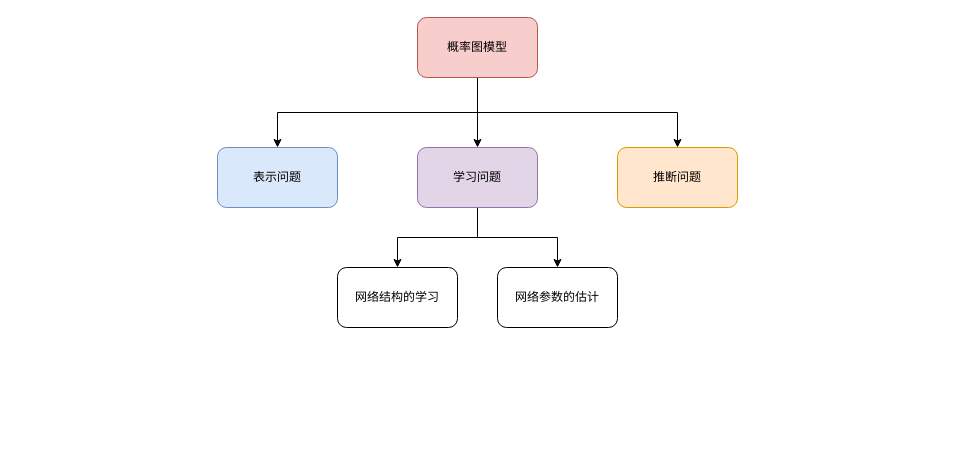
ZiqingYip/moment keeps this draw.io diagram as pgm.drawio. Above is the earlier version. Source tidied: cells renumbered, new cells numbered last; positions are measured from the earlier drawing's top-left corner, leaving out a move shared by most shapes. Both pictures are drawn from the tidied source at 100%, with x=0, y=0 at pixel (217, 17).
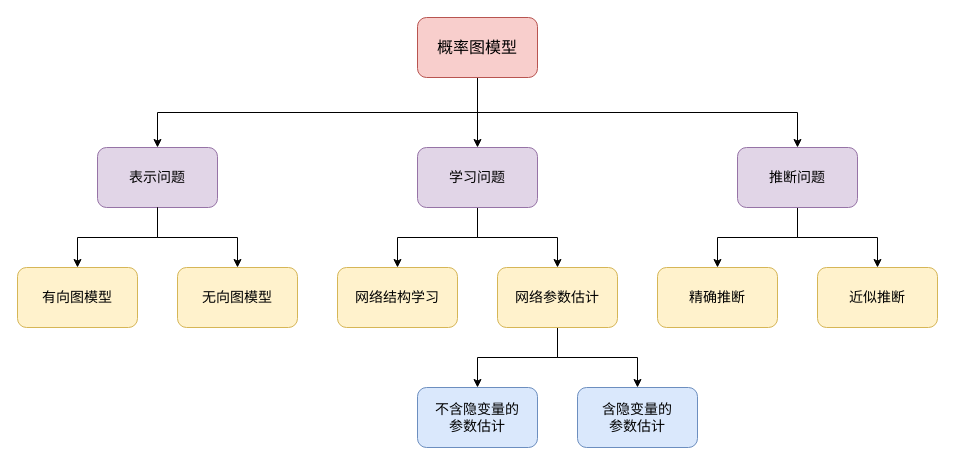
After the change.

What changed in the source:
```diff
@@
-    <mxCell id="2" value="表示问题" style="rounded=1;whiteSpace=wrap;html=1;fillColor=#dae8fc;strokeColor=#6c8ebf;" parent="1" vertex="1">
-      <mxGeometry y="130" width="120" height="60" as="geometry" />
+    <mxCell id="2" value="表示问题" style="rounded=1;whiteSpace=wrap;html=1;fillColor=#e1d5e7;strokeColor=#9673a6;fontSize=14;" parent="1" vertex="1">
+      <mxGeometry x="-120" y="130" width="120" height="60" as="geometry" />
     </mxCell>
-    <mxCell id="3" style="edgeStyle=orthogonalEdgeStyle;rounded=0;jettySize=auto;html=1;exitX=0.5;exitY=1;exitDx=0;exitDy=0;entryX=0.5;entryY=0;entryDx=0;entryDy=0;" parent="1" edge="1" source="5" target="7">
+    <mxCell id="3" style="edgeStyle=orthogonalEdgeStyle;rounded=0;jettySize=auto;html=1;exitX=0.5;exitY=1;exitDx=0;exitDy=0;entryX=0.5;entryY=0;entryDx=0;entryDy=0;fontSize=14;" parent="1" edge="1" source="5" target="7">
       <mxGeometry relative="1" as="geometry" />
     </mxCell>
-    <mxCell id="4" style="edgeStyle=orthogonalEdgeStyle;rounded=0;jettySize=auto;html=1;exitX=0.5;exitY=1;exitDx=0;exitDy=0;entryX=0.5;entryY=0;entryDx=0;entryDy=0;" parent="1" edge="1" source="5" target="8">
+    <mxCell id="4" style="edgeStyle=orthogonalEdgeStyle;rounded=0;jettySize=auto;html=1;exitX=0.5;exitY=1;exitDx=0;exitDy=0;entryX=0.5;entryY=0;entryDx=0;entryDy=0;fontSize=14;" parent="1" edge="1" source="5" target="8">
       <mxGeometry relative="1" as="geometry" />
     </mxCell>
-    <mxCell id="5" value="学习问题" style="rounded=1;whiteSpace=wrap;html=1;fillColor=#e1d5e7;strokeColor=#9673a6;" parent="1" vertex="1">
+    <mxCell id="5" value="学习问题" style="rounded=1;whiteSpace=wrap;html=1;fillColor=#e1d5e7;strokeColor=#9673a6;fontSize=14;" parent="1" vertex="1">
       <mxGeometry x="200" y="130" width="120" height="60" as="geometry" />
     </mxCell>
+    <mxCell id="13" style="edgeStyle=orthogonalEdgeStyle;rounded=0;jettySize=auto;html=1;exitX=0.5;exitY=1;exitDx=0;exitDy=0;entryX=0.5;entryY=0;entryDx=0;entryDy=0;fontSize=14;" parent="1" edge="1" source="6" target="19">
+      <mxGeometry relative="1" as="geometry" />
+    </mxCell>
+    <mxCell id="14" style="edgeStyle=orthogonalEdgeStyle;rounded=0;jettySize=auto;html=1;exitX=0.5;exitY=1;exitDx=0;exitDy=0;entryX=0.5;entryY=0;entryDx=0;entryDy=0;fontSize=14;" parent="1" edge="1" source="6" target="20">
+      <mxGeometry relative="1" as="geometry" />
+    </mxCell>
-    <mxCell id="6" value="推断问题" style="rounded=1;whiteSpace=wrap;html=1;fillColor=#ffe6cc;strokeColor=#d79b00;" parent="1" vertex="1">
-      <mxGeometry x="400" y="130" width="120" height="60" as="geometry" />
+    <mxCell id="6" value="推断问题" style="rounded=1;whiteSpace=wrap;html=1;fillColor=#e1d5e7;strokeColor=#9673a6;fontSize=14;" parent="1" vertex="1">
+      <mxGeometry x="520" y="130" width="120" height="60" as="geometry" />
     </mxCell>
-    <mxCell id="7" value="网络结构的学习" style="rounded=1;whiteSpace=wrap;html=1;" parent="1" vertex="1">
+    <mxCell id="7" value="网络结构学习" style="rounded=1;whiteSpace=wrap;html=1;fillColor=#fff2cc;strokeColor=#d6b656;fontSize=14;" parent="1" vertex="1">
       <mxGeometry x="120" y="250" width="120" height="60" as="geometry" />
     </mxCell>
+    <mxCell id="15" style="edgeStyle=orthogonalEdgeStyle;rounded=0;jettySize=auto;html=1;exitX=0.5;exitY=1;exitDx=0;exitDy=0;entryX=0.5;entryY=0;entryDx=0;entryDy=0;fontSize=14;" parent="1" edge="1" source="8" target="17">
+      <mxGeometry relative="1" as="geometry" />
+    </mxCell>
+    <mxCell id="16" style="edgeStyle=orthogonalEdgeStyle;rounded=0;jettySize=auto;html=1;exitX=0.5;exitY=1;exitDx=0;exitDy=0;entryX=0.5;entryY=0;entryDx=0;entryDy=0;fontSize=14;" parent="1" edge="1" source="8" target="18">
+      <mxGeometry relative="1" as="geometry" />
+    </mxCell>
-    <mxCell id="8" value="网络参数的估计" style="rounded=1;whiteSpace=wrap;html=1;" parent="1" vertex="1">
+    <mxCell id="8" value="网络参数估计" style="rounded=1;whiteSpace=wrap;html=1;fillColor=#fff2cc;strokeColor=#d6b656;fontSize=14;" parent="1" vertex="1">
       <mxGeometry x="280" y="250" width="120" height="60" as="geometry" />
     </mxCell>
-    <mxCell id="9" style="edgeStyle=orthogonalEdgeStyle;rounded=0;jettySize=auto;html=1;exitX=0.5;exitY=1;exitDx=0;exitDy=0;entryX=0.5;entryY=0;entryDx=0;entryDy=0;" parent="1" edge="1" source="12" target="2">
+    <mxCell id="9" style="edgeStyle=orthogonalEdgeStyle;rounded=0;jettySize=auto;html=1;exitX=0.5;exitY=1;exitDx=0;exitDy=0;entryX=0.5;entryY=0;entryDx=0;entryDy=0;fontSize=14;" parent="1" edge="1" source="12" target="2">
       <mxGeometry relative="1" as="geometry" />
     </mxCell>
-    <mxCell id="10" style="edgeStyle=orthogonalEdgeStyle;rounded=0;jettySize=auto;html=1;exitX=0.5;exitY=1;exitDx=0;exitDy=0;entryX=0.5;entryY=0;entryDx=0;entryDy=0;" parent="1" edge="1" source="12" target="5">
+    <mxCell id="10" style="edgeStyle=orthogonalEdgeStyle;rounded=0;jettySize=auto;html=1;exitX=0.5;exitY=1;exitDx=0;exitDy=0;entryX=0.5;entryY=0;entryDx=0;entryDy=0;fontSize=14;" parent="1" edge="1" source="12" target="5">
       <mxGeometry relative="1" as="geometry" />
     </mxCell>
-    <mxCell id="11" style="edgeStyle=orthogonalEdgeStyle;rounded=0;jettySize=auto;html=1;exitX=0.5;exitY=1;exitDx=0;exitDy=0;entryX=0.5;entryY=0;entryDx=0;entryDy=0;" parent="1" edge="1" source="12" target="6">
+    <mxCell id="11" style="edgeStyle=orthogonalEdgeStyle;rounded=0;jettySize=auto;html=1;exitX=0.5;exitY=1;exitDx=0;exitDy=0;entryX=0.5;entryY=0;entryDx=0;entryDy=0;fontSize=14;" parent="1" edge="1" source="12" target="6">
       <mxGeometry relative="1" as="geometry" />
     </mxCell>
-    <mxCell id="12" value="概率图模型" style="rounded=1;whiteSpace=wrap;html=1;fillColor=#f8cecc;strokeColor=#b85450;" parent="1" vertex="1">
+    <mxCell id="12" value="概率图模型" style="rounded=1;whiteSpace=wrap;html=1;fillColor=#f8cecc;strokeColor=#b85450;fontSize=16;" parent="1" vertex="1">
       <mxGeometry x="200" width="120" height="60" as="geometry" />
     </mxCell>
+    <mxCell id="17" value="不含隐变量的&lt;br style=&quot;font-size: 14px;&quot;&gt;参数估计" style="rounded=1;whiteSpace=wrap;html=1;fillColor=#dae8fc;strokeColor=#6c8ebf;fontSize=14;" parent="1" vertex="1">
+      <mxGeometry x="200" y="370" width="120" height="60" as="geometry" />
+    </mxCell>
+    <mxCell id="18" value="含隐变量的&lt;br style=&quot;font-size: 14px;&quot;&gt;参数估计" style="rounded=1;whiteSpace=wrap;html=1;fillColor=#dae8fc;strokeColor=#6c8ebf;fontSize=14;" parent="1" vertex="1">
+      <mxGeometry x="360" y="370" width="120" height="60" as="geometry" />
+    </mxCell>
+    <mxCell id="19" value="精确推断" style="rounded=1;whiteSpace=wrap;html=1;fillColor=#fff2cc;strokeColor=#d6b656;fontSize=14;" parent="1" vertex="1">
+      <mxGeometry x="440" y="250" width="120" height="60" as="geometry" />
+    </mxCell>
+    <mxCell id="20" value="近似推断" style="rounded=1;whiteSpace=wrap;html=1;fillColor=#fff2cc;strokeColor=#d6b656;fontSize=14;" parent="1" vertex="1">
+      <mxGeometry x="600" y="250" width="120" height="60" as="geometry" />
+    </mxCell>
+    <mxCell id="21" style="edgeStyle=orthogonalEdgeStyle;rounded=0;jettySize=auto;html=1;exitX=0.5;exitY=1;exitDx=0;exitDy=0;entryX=0.5;entryY=0;entryDx=0;entryDy=0;fontSize=14;" parent="1" edge="1" target="23">
+      <mxGeometry relative="1" as="geometry">
+        <mxPoint x="-60" y="190" as="sourcePoint" />
+        <Array as="points">
+          <mxPoint x="-60" y="220" />
+          <mxPoint x="-140" y="220" />
+        </Array>
+      </mxGeometry>
+    </mxCell>
+    <mxCell id="22" style="edgeStyle=orthogonalEdgeStyle;rounded=0;jettySize=auto;html=1;exitX=0.5;exitY=1;exitDx=0;exitDy=0;entryX=0.5;entryY=0;entryDx=0;entryDy=0;fontSize=14;" parent="1" edge="1" target="24">
+      <mxGeometry relative="1" as="geometry">
+        <mxPoint x="-60" y="190" as="sourcePoint" />
+        <Array as="points">
+          <mxPoint x="-60" y="220" />
+          <mxPoint x="20" y="220" />
+        </Array>
+      </mxGeometry>
+    </mxCell>
+    <mxCell id="23" value="有向图模型" style="rounded=1;whiteSpace=wrap;html=1;fillColor=#fff2cc;strokeColor=#d6b656;fontSize=14;" parent="1" vertex="1">
+      <mxGeometry x="-200" y="250" width="120" height="60" as="geometry" />
+    </mxCell>
+    <mxCell id="24" value="无向图模型" style="rounded=1;whiteSpace=wrap;html=1;fillColor=#fff2cc;strokeColor=#d6b656;fontSize=14;" parent="1" vertex="1">
+      <mxGeometry x="-40" y="250" width="120" height="60" as="geometry" />
+    </mxCell>
```
